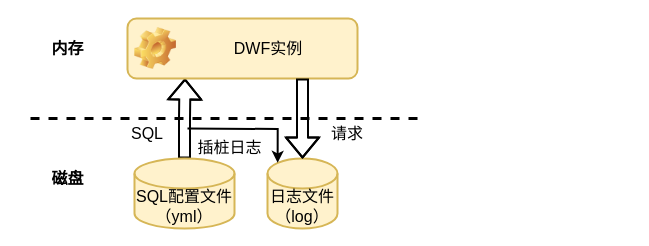
The draw.io diagram drawioFile/sql_extraction.drawio in Olive-2019/drawio-source, before the edit. Source tidied: cells renumbered, new cells numbered last; positions are measured from the earlier drawing's top-left corner, leaving out a move shared by most shapes. Both pictures are drawn from the tidied source at 100%, with x=0, y=0 at pixel (17, 18).
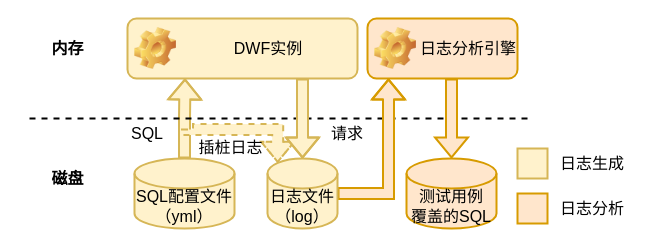
The same diagram, later.

Unchanged cells that the change refers to:
```xml
<mxCell id="3" value="SQL配置文件&lt;div&gt;（yml）&lt;/div&gt;" style="shape=cylinder3;whiteSpace=wrap;html=1;boundedLbl=1;backgroundOutline=1;size=15;fillColor=#fff2cc;strokeColor=#d6b656;fontSize=16;strokeWidth=2;" parent="1" vertex="1">
  <mxGeometry x="117" y="140" width="100" height="70" as="geometry" />
</mxCell>
<mxCell id="5" value="DWF实例" style="label;whiteSpace=wrap;html=1;image=img/clipart/Gear_128x128.png;fillColor=#fff2cc;strokeColor=#d6b656;fontSize=16;align=center;strokeWidth=2;fontStyle=0;" parent="1" vertex="1">
  <mxGeometry x="110" width="230" height="60" as="geometry" />
</mxCell>
<mxCell id="6" value="日志文件（log）" style="shape=cylinder3;whiteSpace=wrap;html=1;boundedLbl=1;backgroundOutline=1;size=15;fillColor=#fff2cc;strokeColor=#d6b656;fontSize=16;strokeWidth=2;" parent="1" vertex="1">
  <mxGeometry x="250" y="140" width="70" height="70" as="geometry" />
</mxCell>
```

Change to the diagram source:
```diff
@@
-    <mxCell id="2" style="edgeStyle=orthogonalEdgeStyle;rounded=0;jettySize=auto;html=1;shape=flexArrow;entryX=0.25;entryY=1;entryDx=0;entryDy=0;strokeWidth=2;" parent="1" edge="1" source="3" target="5">
+    <mxCell id="2" style="edgeStyle=orthogonalEdgeStyle;rounded=0;jettySize=auto;html=1;shape=flexArrow;entryX=0.25;entryY=1;entryDx=0;entryDy=0;strokeWidth=2;fillColor=#fff2cc;strokeColor=#d6b656;" parent="1" edge="1" source="3" target="5">
       <mxGeometry relative="1" as="geometry" />
     </mxCell>
@@
-    <mxCell id="4" style="endArrow=none;dashed=1;html=1;strokeWidth=3;rounded=0;" parent="1" edge="1">
+    <mxCell id="4" style="endArrow=none;dashed=1;html=1;strokeWidth=2;rounded=0;" parent="1" edge="1">
       <mxGeometry relative="1" as="geometry">
-        <mxPoint x="400" y="100" as="sourcePoint" />
+        <mxPoint x="510" y="100" as="sourcePoint" />
         <mxPoint x="10" y="100" as="targetPoint" />
       </mxGeometry>
     </mxCell>
@@
+    <mxCell id="14" style="edgeStyle=orthogonalEdgeStyle;rounded=0;jettySize=auto;html=1;entryX=0.14;entryY=1;entryDx=0;entryDy=0;shape=flexArrow;strokeWidth=2;fillColor=#ffe6cc;strokeColor=#d79b00;entryPerimeter=0;" parent="1" edge="1" source="6" target="15">
+      <mxGeometry relative="1" as="geometry" />
+    </mxCell>
@@
-    <mxCell id="7" value="磁盘" style="text;strokeColor=none;fillColor=none;html=1;fontSize=16;fontStyle=1;verticalAlign=middle;align=center;" parent="1" vertex="1">
+    <mxCell id="7" value="磁盘" style="text;strokeColor=none;fillColor=none;html=1;fontSize=16;fontStyle=1;verticalAlign=middle;align=center;strokeWidth=2;" parent="1" vertex="1">
       <mxGeometry y="140" width="100" height="40" as="geometry" />
     </mxCell>
-    <mxCell id="8" value="内存" style="text;strokeColor=none;fillColor=none;html=1;fontSize=16;fontStyle=1;verticalAlign=middle;align=center;" parent="1" vertex="1">
+    <mxCell id="8" value="内存" style="text;strokeColor=none;fillColor=none;html=1;fontSize=16;fontStyle=1;verticalAlign=middle;align=center;strokeWidth=2;" parent="1" vertex="1">
       <mxGeometry y="10" width="100" height="40" as="geometry" />
     </mxCell>
-    <mxCell id="9" value="&lt;font size=&quot;3&quot;&gt;&lt;span style=&quot;text-wrap-mode: nowrap;&quot;&gt;SQL&lt;/span&gt;&lt;/font&gt;" style="text;html=1;align=center;verticalAlign=middle;whiteSpace=wrap;rounded=0;" parent="1" vertex="1">
+    <mxCell id="9" value="&lt;font size=&quot;3&quot;&gt;&lt;span style=&quot;text-wrap-mode: nowrap;&quot;&gt;SQL&lt;/span&gt;&lt;/font&gt;" style="text;html=1;align=center;verticalAlign=middle;whiteSpace=wrap;rounded=0;strokeWidth=2;" parent="1" vertex="1">
       <mxGeometry x="100" y="100" width="60" height="30" as="geometry" />
     </mxCell>
-    <mxCell id="10" style="edgeStyle=orthogonalEdgeStyle;rounded=0;jettySize=auto;html=1;entryX=0.145;entryY=0;entryDx=0;entryDy=4.35;entryPerimeter=0;strokeWidth=2;" parent="1" edge="1" target="6">
+    <mxCell id="10" style="edgeStyle=orthogonalEdgeStyle;rounded=0;jettySize=auto;html=1;entryX=0.145;entryY=0;entryDx=0;entryDy=4.35;entryPerimeter=0;strokeWidth=2;shape=flexArrow;fillColor=#fff2cc;strokeColor=#d6b656;endSize=6;startSize=6;dashed=1;" parent="1" edge="1" target="6">
       <mxGeometry relative="1" as="geometry">
         <mxPoint x="170" y="110" as="sourcePoint" />
+        <Array as="points">
+          <mxPoint x="170" y="111" />
+          <mxPoint x="260" y="111" />
+        </Array>
       </mxGeometry>
     </mxCell>
-    <mxCell id="11" value="请求" style="text;html=1;align=center;verticalAlign=middle;whiteSpace=wrap;rounded=0;fontSize=16;" parent="1" vertex="1">
+    <mxCell id="11" value="请求" style="text;html=1;align=center;verticalAlign=middle;whiteSpace=wrap;rounded=0;fontSize=16;strokeWidth=2;" parent="1" vertex="1">
       <mxGeometry x="300" y="100" width="60" height="30" as="geometry" />
     </mxCell>
-    <mxCell id="12" style="edgeStyle=orthogonalEdgeStyle;rounded=0;jettySize=auto;html=1;entryX=0.5;entryY=0;entryDx=0;entryDy=0;entryPerimeter=0;shape=flexArrow;strokeWidth=2;" parent="1" edge="1" source="5" target="6">
+    <mxCell id="12" style="edgeStyle=orthogonalEdgeStyle;rounded=0;jettySize=auto;html=1;entryX=0.5;entryY=0;entryDx=0;entryDy=0;entryPerimeter=0;shape=flexArrow;strokeWidth=2;fillColor=#fff2cc;strokeColor=#d6b656;" parent="1" edge="1" source="5" target="6">
       <mxGeometry relative="1" as="geometry">
         <Array as="points">
           <mxPoint x="285" y="80" />
           <mxPoint x="285" y="80" />
         </Array>
       </mxGeometry>
     </mxCell>
+    <mxCell id="15" value="日志分析引擎" style="label;whiteSpace=wrap;html=1;image=img/clipart/Gear_128x128.png;fillColor=#ffe6cc;strokeColor=#d79b00;fontSize=16;align=center;strokeWidth=2;fontStyle=0;" parent="1" vertex="1">
+      <mxGeometry x="350" width="150" height="60" as="geometry" />
+    </mxCell>
+    <mxCell id="16" value="测试用例&lt;div&gt;覆盖的SQL&lt;/div&gt;" style="shape=cylinder3;whiteSpace=wrap;html=1;boundedLbl=1;backgroundOutline=1;size=15;fillColor=#ffe6cc;strokeColor=#d79b00;fontSize=16;strokeWidth=2;" parent="1" vertex="1">
+      <mxGeometry x="389" y="140" width="90" height="70" as="geometry" />
+    </mxCell>
+    <mxCell id="17" style="edgeStyle=orthogonalEdgeStyle;rounded=0;jettySize=auto;html=1;entryX=0.5;entryY=0;entryDx=0;entryDy=0;entryPerimeter=0;shape=flexArrow;strokeWidth=2;fillColor=#ffe6cc;strokeColor=#d79b00;exitX=0.56;exitY=1;exitDx=0;exitDy=0;exitPerimeter=0;" parent="1" edge="1" source="15" target="16">
+      <mxGeometry relative="1" as="geometry" />
+    </mxCell>
-    <mxCell id="13" value="插桩日志" style="text;html=1;align=center;verticalAlign=middle;whiteSpace=wrap;rounded=0;fontSize=16;" parent="1" vertex="1">
-      <mxGeometry x="175" y="114" width="75" height="30" as="geometry" />
+    <mxCell id="13" value="&lt;span style=&quot;font-size: 16px;&quot;&gt;插桩日志&lt;/span&gt;" style="text;html=1;align=center;verticalAlign=middle;whiteSpace=wrap;rounded=0;" parent="1" vertex="1">
+      <mxGeometry x="177" y="114" width="73" height="30" as="geometry" />
     </mxCell>
+    <mxCell id="18" style="rounded=0;whiteSpace=wrap;html=1;fillColor=#fff2cc;strokeColor=#d6b656;strokeWidth=2;" parent="1" vertex="1">
+      <mxGeometry x="500" y="130" width="30" height="30" as="geometry" />
+    </mxCell>
+    <mxCell id="19" value="日志生成" style="text;html=1;align=center;verticalAlign=middle;whiteSpace=wrap;rounded=0;fontSize=16;" parent="1" vertex="1">
+      <mxGeometry x="535" y="130" width="80" height="30" as="geometry" />
+    </mxCell>
+    <mxCell id="20" style="rounded=0;whiteSpace=wrap;html=1;fillColor=#ffe6cc;strokeColor=#d79b00;strokeWidth=2;" parent="1" vertex="1">
+      <mxGeometry x="500" y="175" width="30" height="30" as="geometry" />
+    </mxCell>
+    <mxCell id="21" value="日志分析" style="text;html=1;align=center;verticalAlign=middle;whiteSpace=wrap;rounded=0;fontSize=16;" parent="1" vertex="1">
+      <mxGeometry x="540" y="175" width="70" height="30" as="geometry" />
+    </mxCell>
```
